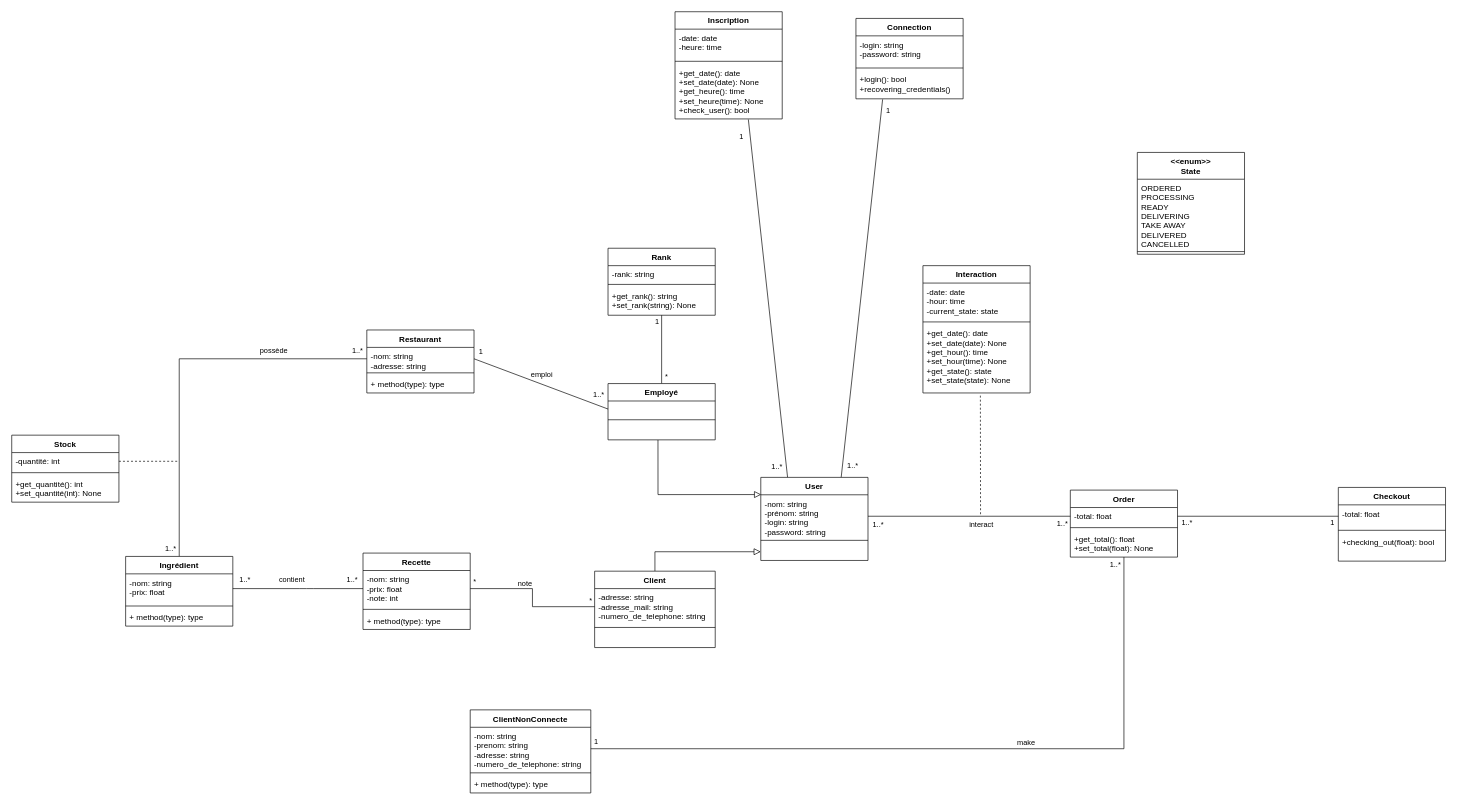
This is Diagramme de classe.drawio from damien-devpy/OC-P6, a draw.io file, before an edit. Source tidied: cells renumbered, new cells numbered last; positions are measured from the earlier drawing's top-left corner, leaving out a move shared by most shapes. Both pictures are drawn from the tidied source at 67%, with x=0, y=0 at pixel (11, 11).
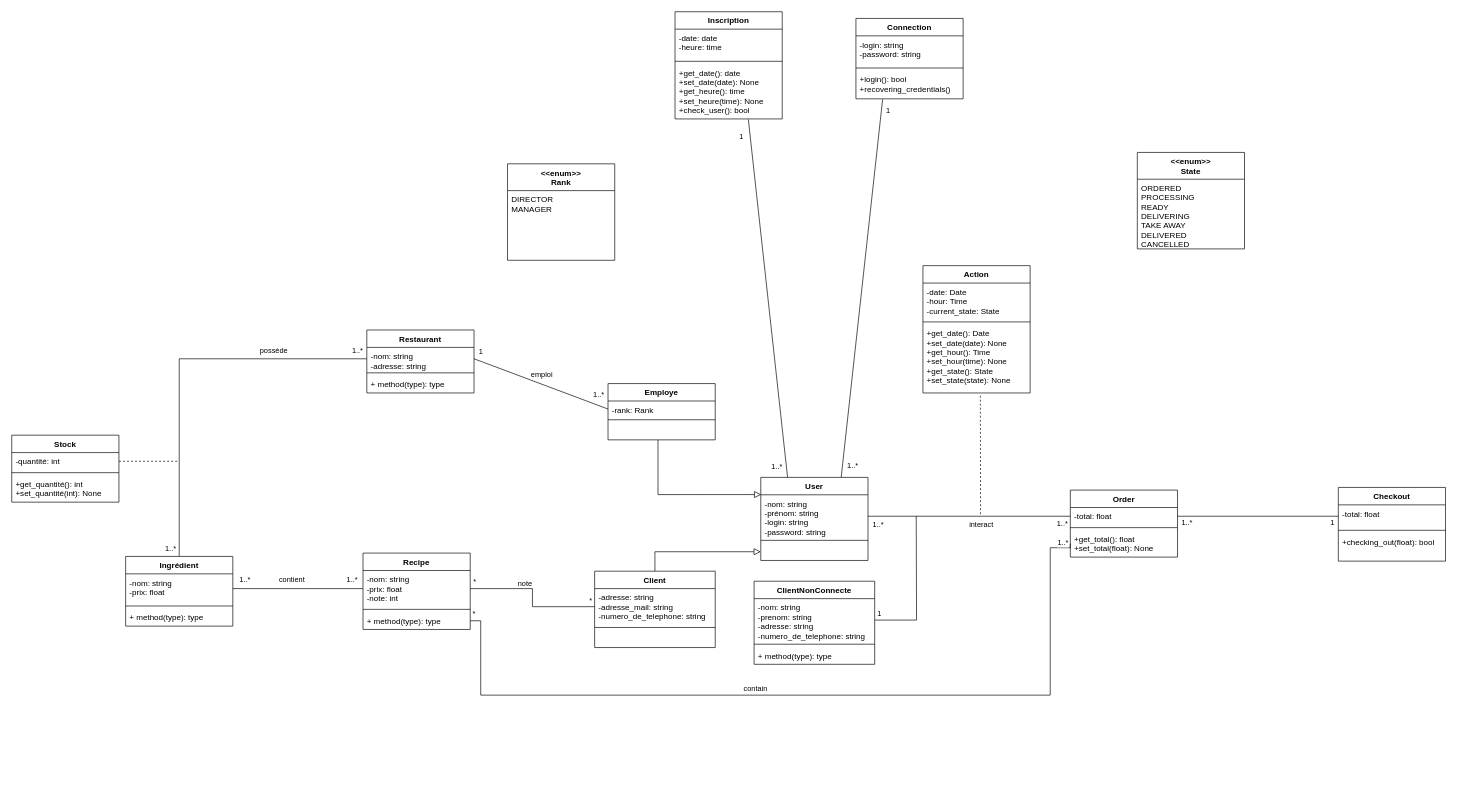
Above is the later version.

Commit message (it also covers changes not shown here):
One step further

Unchanged cells that the change refers to:
```xml
<mxCell id="64" value="+ method(type): type" style="text;strokeColor=none;fillColor=none;align=left;verticalAlign=top;spacingLeft=4;spacingRight=4;overflow=hidden;points=[[0,0.5],[1,0.5]];portConstraint=eastwest;" parent="61" vertex="1">
  <mxGeometry y="88" width="160" height="26" as="geometry" />
</mxCell>
<mxCell id="69" value="Order" style="swimlane;fontStyle=1;align=center;verticalAlign=top;horizontal=1;startSize=26;" parent="1" vertex="1">
  <mxGeometry x="1580" y="714" width="160" height="100" as="geometry" />
</mxCell>
<mxCell id="72" value="+get_total(): float&#10;+set_total(float): None" style="text;strokeColor=none;fillColor=none;align=left;verticalAlign=top;spacingLeft=4;spacingRight=4;overflow=hidden;points=[[0,0.5],[1,0.5]];portConstraint=eastwest;" parent="69" vertex="1">
  <mxGeometry y="60" width="160" height="40" as="geometry" />
</mxCell>
```

Change to the diagram source:
```diff
@@
-    <mxCell id="27" value="Rank" style="swimlane;fontStyle=1;align=center;verticalAlign=top;horizontal=1;startSize=26;" parent="1" vertex="1">
-      <mxGeometry x="890" y="353" width="160" height="100" as="geometry" />
-    </mxCell>
-    <mxCell id="28" value="-rank: string" style="text;strokeColor=none;fillColor=none;align=left;verticalAlign=top;spacingLeft=4;spacingRight=4;overflow=hidden;" parent="27" vertex="1">
-      <mxGeometry y="26" width="160" height="24" as="geometry" />
-    </mxCell>
-    <mxCell id="29" style="line;strokeWidth=1;fillColor=none;align=left;verticalAlign=middle;spacingTop=-1;spacingLeft=3;spacingRight=3;labelPosition=right;" parent="27" vertex="1">
-      <mxGeometry y="50" width="160" height="8" as="geometry" />
-    </mxCell>
-    <mxCell id="30" value="+get_rank(): string&#10;+set_rank(string): None" style="text;strokeColor=none;fillColor=none;align=left;verticalAlign=top;spacingLeft=4;spacingRight=4;overflow=hidden;" parent="27" vertex="1">
-      <mxGeometry y="58" width="160" height="42" as="geometry" />
-    </mxCell>
@@
     <mxCell id="39" value="&lt;&lt;enum&gt;&gt;&#10;State" style="swimlane;fontStyle=1;align=center;verticalAlign=top;horizontal=1;startSize=40;fontSize=12;swimlaneLine=1;" parent="1" vertex="1">
-      <mxGeometry x="1680" y="210" width="160" height="152" as="geometry" />
+      <mxGeometry x="1680" y="210" width="160" height="144" as="geometry" />
     </mxCell>
@@
-    <mxCell id="41" style="line;strokeWidth=1;fillColor=none;align=left;verticalAlign=middle;spacingTop=-1;spacingLeft=3;spacingRight=3;labelPosition=right;" parent="39" vertex="1">
-      <mxGeometry y="144" width="160" height="8" as="geometry" />
-    </mxCell>
@@
-    <mxCell id="46" style="edgeStyle=orthogonalEdgeStyle;rounded=0;jettySize=auto;html=1;exitX=0.5;exitY=0;exitDx=0;exitDy=0;endArrow=none;endFill=0;" parent="1" edge="1" source="49">
-      <mxGeometry relative="1" as="geometry">
-        <mxPoint x="970" y="453" as="targetPoint" />
-        <Array as="points">
-          <mxPoint x="970" y="454" />
-        </Array>
-      </mxGeometry>
-    </mxCell>
-    <mxCell id="47" value="1" style="edgeLabel;html=1;align=center;verticalAlign=middle;" parent="46" vertex="1">
-      <mxGeometry x="0.8" y="-1" relative="1" as="geometry">
-        <mxPoint x="-9" y="-1" as="offset" />
-      </mxGeometry>
-    </mxCell>
-    <mxCell id="48" value="*" style="edgeLabel;html=1;align=center;verticalAlign=middle;" parent="46" vertex="1">
-      <mxGeometry x="-0.8" y="-2" relative="1" as="geometry">
-        <mxPoint x="4" y="-1" as="offset" />
-      </mxGeometry>
-    </mxCell>
-    <mxCell id="49" value="Employé" style="swimlane;fontStyle=1;align=center;verticalAlign=top;horizontal=1;startSize=26;" parent="1" vertex="1">
+    <mxCell id="49" value="Employe" style="swimlane;fontStyle=1;align=center;verticalAlign=top;horizontal=1;startSize=26;" parent="1" vertex="1">
       <mxGeometry x="890" y="555" width="160" height="84" as="geometry" />
     </mxCell>
-    <mxCell id="50" value="&#10;&#10;" style="text;strokeColor=none;fillColor=none;align=left;verticalAlign=top;spacingLeft=4;spacingRight=4;overflow=hidden;points=[[0,0.5],[1,0.5]];portConstraint=eastwest;" parent="49" vertex="1">
+    <mxCell id="50" value="-rank: Rank" style="text;strokeColor=none;fillColor=none;align=left;verticalAlign=top;spacingLeft=4;spacingRight=4;overflow=hidden;points=[[0,0.5],[1,0.5]];portConstraint=eastwest;" parent="49" vertex="1">
       <mxGeometry y="26" width="160" height="24" as="geometry" />
     </mxCell>
@@
-    <mxCell id="61" value="Recette" style="swimlane;fontStyle=1;align=center;verticalAlign=top;horizontal=1;startSize=26;" parent="1" vertex="1">
+    <mxCell id="61" value="Recipe" style="swimlane;fontStyle=1;align=center;verticalAlign=top;horizontal=1;startSize=26;" parent="1" vertex="1">
       <mxGeometry x="524.3" y="808" width="160" height="114" as="geometry" />
     </mxCell>
@@
-    <mxCell id="65" value="ClientNonConnecte" style="swimlane;fontStyle=1;align=center;verticalAlign=top;horizontal=1;startSize=26;" parent="1" vertex="1">
-      <mxGeometry x="684.3" y="1042" width="180" height="124" as="geometry" />
-    </mxCell>
-    <mxCell id="66" value="-nom: string&#10;-prenom: string&#10;-adresse: string&#10;-numero_de_telephone: string" style="text;strokeColor=none;fillColor=none;align=left;verticalAlign=top;spacingLeft=4;spacingRight=4;overflow=hidden;points=[[0,0.5],[1,0.5]];portConstraint=eastwest;" parent="65" vertex="1">
-      <mxGeometry y="26" width="180" height="64" as="geometry" />
-    </mxCell>
-    <mxCell id="67" style="line;strokeWidth=1;fillColor=none;align=left;verticalAlign=middle;spacingTop=-1;spacingLeft=3;spacingRight=3;labelPosition=right;" parent="65" vertex="1">
-      <mxGeometry y="90" width="180" height="8" as="geometry" />
-    </mxCell>
-    <mxCell id="68" value="+ method(type): type" style="text;strokeColor=none;fillColor=none;align=left;verticalAlign=top;spacingLeft=4;spacingRight=4;overflow=hidden;" parent="65" vertex="1">
-      <mxGeometry y="98" width="180" height="26" as="geometry" />
-    </mxCell>
@@
-    <mxCell id="73" value="Interaction" style="swimlane;fontStyle=1;align=center;verticalAlign=top;horizontal=1;startSize=26;" parent="1" vertex="1">
+    <mxCell id="73" value="Action" style="swimlane;fontStyle=1;align=center;verticalAlign=top;horizontal=1;startSize=26;" parent="1" vertex="1">
       <mxGeometry x="1360" y="379" width="160" height="190" as="geometry" />
     </mxCell>
-    <mxCell id="74" value="-date: date&#10;-hour: time&#10;-current_state: state" style="text;strokeColor=none;fillColor=none;align=left;verticalAlign=top;spacingLeft=4;spacingRight=4;overflow=hidden;" parent="73" vertex="1">
+    <mxCell id="74" value="-date: Date&#10;-hour: Time&#10;-current_state: State" style="text;strokeColor=none;fillColor=none;align=left;verticalAlign=top;spacingLeft=4;spacingRight=4;overflow=hidden;" parent="73" vertex="1">
       <mxGeometry y="26" width="160" height="54" as="geometry" />
     </mxCell>
@@
-    <mxCell id="76" value="+get_date(): date&#10;+set_date(date): None&#10;+get_hour(): time&#10;+set_hour(time): None&#10;+get_state(): state&#10;+set_state(state): None" style="text;strokeColor=none;fillColor=none;align=left;verticalAlign=top;spacingLeft=4;spacingRight=4;overflow=hidden;points=[[0,0.5],[1,0.5]];portConstraint=eastwest;" parent="73" vertex="1">
+    <mxCell id="76" value="+get_date(): Date&#10;+set_date(date): None&#10;+get_hour(): Time&#10;+set_hour(time): None&#10;+get_state(): State&#10;+set_state(state): None" style="text;strokeColor=none;fillColor=none;align=left;verticalAlign=top;spacingLeft=4;spacingRight=4;overflow=hidden;points=[[0,0.5],[1,0.5]];portConstraint=eastwest;" parent="73" vertex="1">
       <mxGeometry y="88" width="160" height="102" as="geometry" />
     </mxCell>
@@
-    <mxCell id="97" style="edgeStyle=orthogonalEdgeStyle;rounded=0;jettySize=auto;html=1;exitX=1;exitY=0.5;exitDx=0;exitDy=0;endArrow=none;endFill=0;entryX=0.5;entryY=1;entryDx=0;entryDy=0;" parent="1" edge="1" source="66" target="69">
-      <mxGeometry relative="1" as="geometry">
-        <Array as="points">
-          <mxPoint x="1660" y="1100" />
-        </Array>
-      </mxGeometry>
-    </mxCell>
-    <mxCell id="98" value="make" style="edgeLabel;html=1;align=center;verticalAlign=middle;" parent="97" vertex="1">
-      <mxGeometry x="0.2" y="-4" relative="1" as="geometry">
-        <mxPoint y="-14" as="offset" />
-      </mxGeometry>
-    </mxCell>
+    <mxCell id="101" style="edgeStyle=orthogonalEdgeStyle;rounded=0;jettySize=auto;html=1;exitX=1;exitY=0.5;exitDx=0;exitDy=0;entryX=0;entryY=0.5;entryDx=0;entryDy=0;endArrow=none;endFill=0;" parent="1" edge="1" source="64" target="72">
+      <mxGeometry relative="1" as="geometry">
+        <Array as="points">
+          <mxPoint x="700" y="909" />
+          <mxPoint x="700" y="1020" />
+          <mxPoint x="1550" y="1020" />
+          <mxPoint x="1550" y="800" />
+          <mxPoint x="1580" y="800" />
+        </Array>
+      </mxGeometry>
+    </mxCell>
+    <mxCell id="102" value="contain" style="edgeLabel;html=1;align=center;verticalAlign=middle;" parent="101" vertex="1">
+      <mxGeometry x="-0.13" y="2" relative="1" as="geometry">
+        <mxPoint y="-8" as="offset" />
+      </mxGeometry>
+    </mxCell>
+    <mxCell id="48" value="*" style="edgeLabel;html=1;align=center;verticalAlign=middle;" parent="101" vertex="1">
+      <mxGeometry x="-0.95" y="-1" relative="1" as="geometry">
+        <mxPoint x="-10" y="-27" as="offset" />
+      </mxGeometry>
+    </mxCell>
-    <mxCell id="99" value="1..*" style="edgeLabel;html=1;align=center;verticalAlign=middle;" parent="97" vertex="1">
-      <mxGeometry x="0.98" y="-3" relative="1" as="geometry">
-        <mxPoint x="-17" y="1" as="offset" />
+    <mxCell id="99" value="1..*" style="edgeLabel;html=1;align=center;verticalAlign=middle;" parent="101" vertex="1">
+      <mxGeometry x="0.91" y="-2" relative="1" as="geometry">
+        <mxPoint x="16" y="-27" as="offset" />
       </mxGeometry>
     </mxCell>
-    <mxCell id="100" value="1" style="edgeLabel;html=1;align=center;verticalAlign=middle;" parent="97" vertex="1">
-      <mxGeometry x="-0.98" y="-2" relative="1" as="geometry">
-        <mxPoint x="-4" y="-14" as="offset" />
-      </mxGeometry>
-    </mxCell>
+    <mxCell id="103" value="&lt;&lt;enum&gt;&gt;&#10;Rank" style="swimlane;fontStyle=1;align=center;verticalAlign=top;horizontal=1;startSize=40;fontSize=12;swimlaneLine=1;" parent="1" vertex="1">
+      <mxGeometry x="740" y="227" width="160" height="144" as="geometry" />
+    </mxCell>
+    <mxCell id="104" value="DIRECTOR&#10;MANAGER&#10;" style="text;strokeColor=none;fillColor=none;align=left;verticalAlign=top;spacingLeft=4;spacingRight=4;overflow=hidden;" parent="103" vertex="1">
+      <mxGeometry y="40" width="160" height="104" as="geometry" />
+    </mxCell>
+    <mxCell id="65" value="ClientNonConnecte" style="swimlane;fontStyle=1;align=center;verticalAlign=top;horizontal=1;startSize=26;" parent="1" vertex="1">
+      <mxGeometry x="1108" y="850" width="180" height="124" as="geometry" />
+    </mxCell>
+    <mxCell id="66" value="-nom: string&#10;-prenom: string&#10;-adresse: string&#10;-numero_de_telephone: string" style="text;strokeColor=none;fillColor=none;align=left;verticalAlign=top;spacingLeft=4;spacingRight=4;overflow=hidden;points=[[0,0.5],[1,0.5]];portConstraint=eastwest;" parent="65" vertex="1">
+      <mxGeometry y="26" width="180" height="64" as="geometry" />
+    </mxCell>
+    <mxCell id="67" style="line;strokeWidth=1;fillColor=none;align=left;verticalAlign=middle;spacingTop=-1;spacingLeft=3;spacingRight=3;labelPosition=right;" parent="65" vertex="1">
+      <mxGeometry y="90" width="180" height="8" as="geometry" />
+    </mxCell>
+    <mxCell id="68" value="+ method(type): type" style="text;strokeColor=none;fillColor=none;align=left;verticalAlign=top;spacingLeft=4;spacingRight=4;overflow=hidden;" parent="65" vertex="1">
+      <mxGeometry y="98" width="180" height="26" as="geometry" />
+    </mxCell>
+    <mxCell id="105" style="edgeStyle=orthogonalEdgeStyle;rounded=0;jettySize=auto;html=1;exitX=1;exitY=0.5;exitDx=0;exitDy=0;endArrow=none;endFill=0;" parent="1" edge="1" source="66">
+      <mxGeometry relative="1" as="geometry">
+        <mxPoint x="1350" y="753" as="targetPoint" />
+      </mxGeometry>
+    </mxCell>
+    <mxCell id="106" value="1" style="edgeLabel;html=1;align=center;verticalAlign=middle;" parent="105" vertex="1">
+      <mxGeometry x="-0.87" y="-1" relative="1" as="geometry">
+        <mxPoint x="-8" y="-12" as="offset" />
+      </mxGeometry>
+    </mxCell>
```
